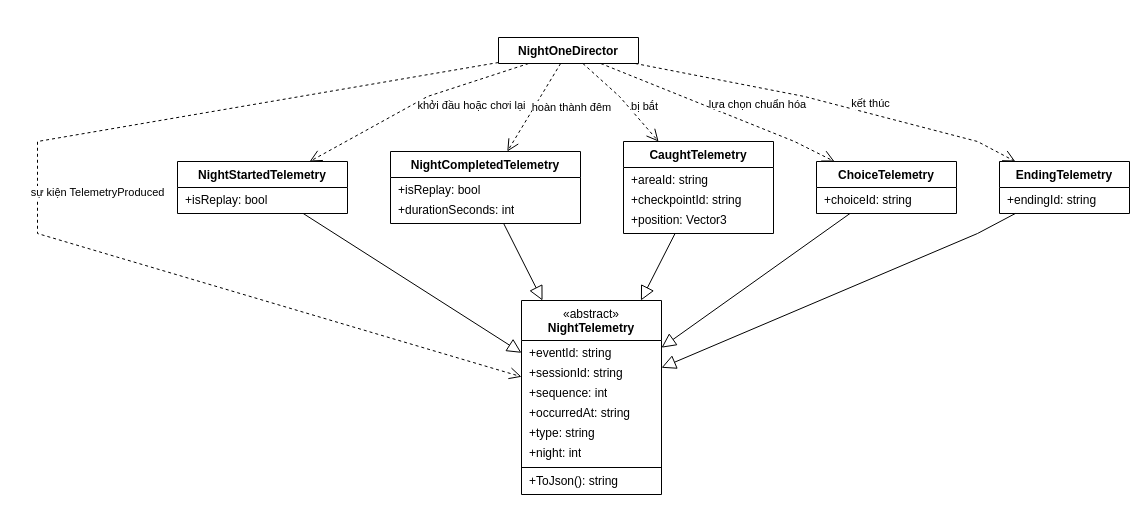
This is page "Sự kiện thống kê và ranh giới gửi mạng" (9 of 9) of docs/thiet-ke/lop-game/luoc-do-lop-game.drawio from qivarnq3g/3-gio-12, a draw.io file, before an edit. Source tidied: cells renumbered, new cells numbered last; positions are measured from the earlier drawing's top-left corner, leaving out a move shared by most shapes. Both pictures are drawn from the tidied source at 100%, with x=0, y=0 at pixel (37, 37).
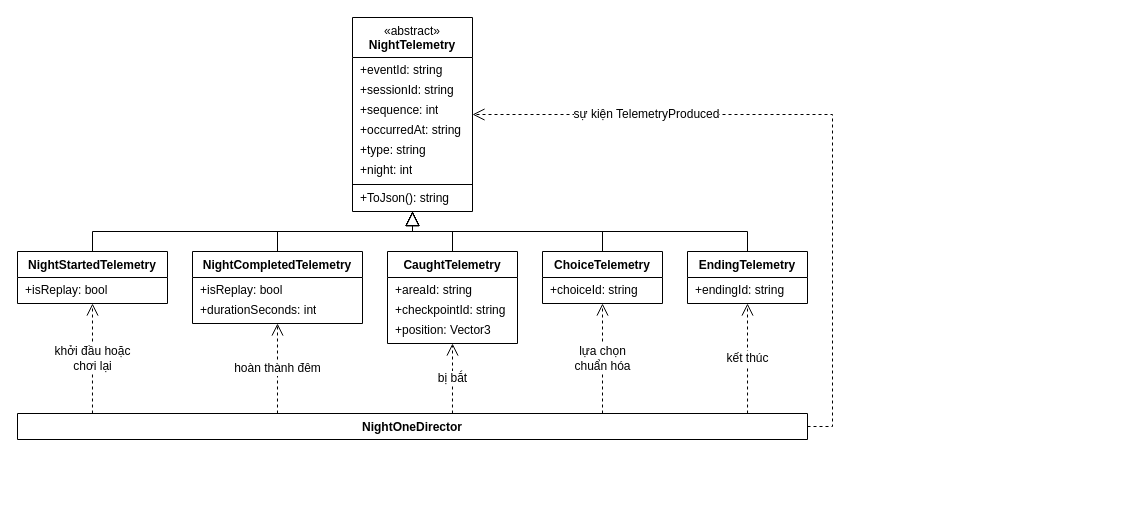
The same diagram, later.

The edit, as a diff of the source:
```diff
@@
     <mxCell id="2" value="«abstract»&lt;br&gt;&lt;b&gt;NightTelemetry&lt;/b&gt;" style="swimlane;fontStyle=0;html=1;align=center;verticalAlign=top;horizontal=1;startSize=40;whiteSpace=wrap;fontFamily=Arial;fontSize=12;fillColor=#ffffff;swimlaneFillColor=#ffffff;" parent="1" vertex="1">
-      <mxGeometry x="484" y="263" width="140" height="194" as="geometry" />
+      <mxGeometry x="315" y="-20" width="120" height="194" as="geometry" />
     </mxCell>
     <mxCell id="3" value="+eventId: string" style="text;strokeColor=none;fillColor=none;align=left;verticalAlign=middle;spacingLeft=6;spacingRight=4;overflow=hidden;html=1;fontFamily=Arial;fontSize=12;" parent="2" vertex="1">
-      <mxGeometry y="43" width="140" height="20" as="geometry" />
+      <mxGeometry y="43" width="120" height="20" as="geometry" />
     </mxCell>
     <mxCell id="4" value="+sessionId: string" style="text;strokeColor=none;fillColor=none;align=left;verticalAlign=middle;spacingLeft=6;spacingRight=4;overflow=hidden;html=1;fontFamily=Arial;fontSize=12;" parent="2" vertex="1">
-      <mxGeometry y="63" width="140" height="20" as="geometry" />
+      <mxGeometry y="63" width="120" height="20" as="geometry" />
     </mxCell>
     <mxCell id="5" value="+sequence: int" style="text;strokeColor=none;fillColor=none;align=left;verticalAlign=middle;spacingLeft=6;spacingRight=4;overflow=hidden;html=1;fontFamily=Arial;fontSize=12;" parent="2" vertex="1">
-      <mxGeometry y="83" width="140" height="20" as="geometry" />
+      <mxGeometry y="83" width="120" height="20" as="geometry" />
     </mxCell>
     <mxCell id="6" value="+occurredAt: string" style="text;strokeColor=none;fillColor=none;align=left;verticalAlign=middle;spacingLeft=6;spacingRight=4;overflow=hidden;html=1;fontFamily=Arial;fontSize=12;" parent="2" vertex="1">
-      <mxGeometry y="103" width="140" height="20" as="geometry" />
+      <mxGeometry y="103" width="120" height="20" as="geometry" />
     </mxCell>
     <mxCell id="7" value="+type: string" style="text;strokeColor=none;fillColor=none;align=left;verticalAlign=middle;spacingLeft=6;spacingRight=4;overflow=hidden;html=1;fontFamily=Arial;fontSize=12;" parent="2" vertex="1">
-      <mxGeometry y="123" width="140" height="20" as="geometry" />
+      <mxGeometry y="123" width="120" height="20" as="geometry" />
     </mxCell>
     <mxCell id="8" value="+night: int" style="text;strokeColor=none;fillColor=none;align=left;verticalAlign=middle;spacingLeft=6;spacingRight=4;overflow=hidden;html=1;fontFamily=Arial;fontSize=12;" parent="2" vertex="1">
-      <mxGeometry y="143" width="140" height="20" as="geometry" />
+      <mxGeometry y="143" width="120" height="20" as="geometry" />
     </mxCell>
-    <mxCell id="9" style="line;strokeWidth=1;fillColor=none;align=left;verticalAlign=middle;spacingTop=-1;spacingLeft=3;spacingRight=3;labelPosition=right;" parent="2" vertex="1">
-      <mxGeometry y="163" width="140" height="8" as="geometry" />
-    </mxCell>
+    <mxCell id="36" style="line;strokeWidth=1;fillColor=none;align=left;verticalAlign=middle;spacingTop=-1;spacingLeft=3;spacingRight=3;labelPosition=right;" parent="2" vertex="1">
+      <mxGeometry y="163" width="120" height="8" as="geometry" />
+    </mxCell>
     <mxCell id="10" value="+ToJson(): string" style="text;strokeColor=none;fillColor=none;align=left;verticalAlign=middle;spacingLeft=6;spacingRight=4;overflow=hidden;html=1;fontFamily=Arial;fontSize=12;" parent="2" vertex="1">
-      <mxGeometry y="171" width="140" height="20" as="geometry" />
+      <mxGeometry y="171" width="120" height="20" as="geometry" />
     </mxCell>
     <mxCell id="11" value="&lt;b&gt;NightStartedTelemetry&lt;/b&gt;" style="swimlane;fontStyle=0;html=1;align=center;verticalAlign=top;horizontal=1;startSize=26;whiteSpace=wrap;fontFamily=Arial;fontSize=12;fillColor=#ffffff;swimlaneFillColor=#ffffff;" parent="1" vertex="1">
-      <mxGeometry x="140" y="124" width="170" height="52" as="geometry" />
+      <mxGeometry x="-20" y="214" width="150" height="52" as="geometry" />
     </mxCell>
+    <mxCell id="14" value="+isReplay: bool" style="text;strokeColor=none;fillColor=none;align=left;verticalAlign=middle;spacingLeft=6;spacingRight=4;overflow=hidden;html=1;fontFamily=Arial;fontSize=12;" parent="11" vertex="1">
+      <mxGeometry y="29" width="150" height="20" as="geometry" />
+    </mxCell>
+    <mxCell id="13" value="&lt;b&gt;NightCompletedTelemetry&lt;/b&gt;" style="swimlane;fontStyle=0;html=1;align=center;verticalAlign=top;horizontal=1;startSize=26;whiteSpace=wrap;fontFamily=Arial;fontSize=12;fillColor=#ffffff;swimlaneFillColor=#ffffff;" parent="1" vertex="1">
+      <mxGeometry x="155" y="214" width="170" height="72" as="geometry" />
+    </mxCell>
-    <mxCell id="12" value="+isReplay: bool" style="text;strokeColor=none;fillColor=none;align=left;verticalAlign=middle;spacingLeft=6;spacingRight=4;overflow=hidden;html=1;fontFamily=Arial;fontSize=12;" parent="11" vertex="1">
+    <mxCell id="12" value="+isReplay: bool" style="text;strokeColor=none;fillColor=none;align=left;verticalAlign=middle;spacingLeft=6;spacingRight=4;overflow=hidden;html=1;fontFamily=Arial;fontSize=12;" parent="13" vertex="1">
       <mxGeometry y="29" width="170" height="20" as="geometry" />
     </mxCell>
-    <mxCell id="13" value="&lt;b&gt;NightCompletedTelemetry&lt;/b&gt;" style="swimlane;fontStyle=0;html=1;align=center;verticalAlign=top;horizontal=1;startSize=26;whiteSpace=wrap;fontFamily=Arial;fontSize=12;fillColor=#ffffff;swimlaneFillColor=#ffffff;" parent="1" vertex="1">
-      <mxGeometry x="353" y="114" width="190" height="72" as="geometry" />
-    </mxCell>
-    <mxCell id="14" value="+isReplay: bool" style="text;strokeColor=none;fillColor=none;align=left;verticalAlign=middle;spacingLeft=6;spacingRight=4;overflow=hidden;html=1;fontFamily=Arial;fontSize=12;" parent="13" vertex="1">
-      <mxGeometry y="29" width="190" height="20" as="geometry" />
-    </mxCell>
     <mxCell id="15" value="+durationSeconds: int" style="text;strokeColor=none;fillColor=none;align=left;verticalAlign=middle;spacingLeft=6;spacingRight=4;overflow=hidden;html=1;fontFamily=Arial;fontSize=12;" parent="13" vertex="1">
-      <mxGeometry y="49" width="190" height="20" as="geometry" />
+      <mxGeometry y="49" width="170" height="20" as="geometry" />
     </mxCell>
     <mxCell id="16" value="&lt;b&gt;CaughtTelemetry&lt;/b&gt;" style="swimlane;fontStyle=0;html=1;align=center;verticalAlign=top;horizontal=1;startSize=26;whiteSpace=wrap;fontFamily=Arial;fontSize=12;fillColor=#ffffff;swimlaneFillColor=#ffffff;" parent="1" vertex="1">
-      <mxGeometry x="586" y="104" width="150" height="92" as="geometry" />
+      <mxGeometry x="350" y="214" width="130" height="92" as="geometry" />
     </mxCell>
     <mxCell id="17" value="+areaId: string" style="text;strokeColor=none;fillColor=none;align=left;verticalAlign=middle;spacingLeft=6;spacingRight=4;overflow=hidden;html=1;fontFamily=Arial;fontSize=12;" parent="16" vertex="1">
-      <mxGeometry y="29" width="150" height="20" as="geometry" />
+      <mxGeometry y="29" width="130" height="20" as="geometry" />
     </mxCell>
     <mxCell id="18" value="+checkpointId: string" style="text;strokeColor=none;fillColor=none;align=left;verticalAlign=middle;spacingLeft=6;spacingRight=4;overflow=hidden;html=1;fontFamily=Arial;fontSize=12;" parent="16" vertex="1">
-      <mxGeometry y="49" width="150" height="20" as="geometry" />
+      <mxGeometry y="49" width="130" height="20" as="geometry" />
     </mxCell>
     <mxCell id="19" value="+position: Vector3" style="text;strokeColor=none;fillColor=none;align=left;verticalAlign=middle;spacingLeft=6;spacingRight=4;overflow=hidden;html=1;fontFamily=Arial;fontSize=12;" parent="16" vertex="1">
-      <mxGeometry y="69" width="150" height="20" as="geometry" />
+      <mxGeometry y="69" width="130" height="20" as="geometry" />
     </mxCell>
     <mxCell id="20" value="&lt;b&gt;ChoiceTelemetry&lt;/b&gt;" style="swimlane;fontStyle=0;html=1;align=center;verticalAlign=top;horizontal=1;startSize=26;whiteSpace=wrap;fontFamily=Arial;fontSize=12;fillColor=#ffffff;swimlaneFillColor=#ffffff;" parent="1" vertex="1">
-      <mxGeometry x="779" y="124" width="140" height="52" as="geometry" />
+      <mxGeometry x="505" y="214" width="120" height="52" as="geometry" />
     </mxCell>
     <mxCell id="21" value="+choiceId: string" style="text;strokeColor=none;fillColor=none;align=left;verticalAlign=middle;spacingLeft=6;spacingRight=4;overflow=hidden;html=1;fontFamily=Arial;fontSize=12;" parent="20" vertex="1">
-      <mxGeometry y="29" width="140" height="20" as="geometry" />
+      <mxGeometry y="29" width="120" height="20" as="geometry" />
     </mxCell>
     <mxCell id="22" value="&lt;b&gt;EndingTelemetry&lt;/b&gt;" style="swimlane;fontStyle=0;html=1;align=center;verticalAlign=top;horizontal=1;startSize=26;whiteSpace=wrap;fontFamily=Arial;fontSize=12;fillColor=#ffffff;swimlaneFillColor=#ffffff;" parent="1" vertex="1">
-      <mxGeometry x="962" y="124" width="130" height="52" as="geometry" />
+      <mxGeometry x="650" y="214" width="120" height="52" as="geometry" />
     </mxCell>
     <mxCell id="23" value="+endingId: string" style="text;strokeColor=none;fillColor=none;align=left;verticalAlign=middle;spacingLeft=6;spacingRight=4;overflow=hidden;html=1;fontFamily=Arial;fontSize=12;" parent="22" vertex="1">
-      <mxGeometry y="29" width="130" height="20" as="geometry" />
+      <mxGeometry y="29" width="120" height="20" as="geometry" />
     </mxCell>
     <mxCell id="24" value="&lt;b&gt;NightOneDirector&lt;/b&gt;" style="swimlane;fontStyle=0;html=1;align=center;verticalAlign=top;horizontal=1;startSize=26;whiteSpace=wrap;fontFamily=Arial;fontSize=12;fillColor=#ffffff;swimlaneFillColor=#ffffff;" parent="1" vertex="1">
-      <mxGeometry x="461" width="140" height="26" as="geometry" />
+      <mxGeometry x="-20" y="376" width="790" height="26" as="geometry" />
     </mxCell>
-    <mxCell id="25" style="html=1;rounded=0;fontFamily=Arial;fontSize=11;labelBackgroundColor=#ffffff;endArrow=block;endFill=0;endSize=12;" parent="1" edge="1" source="11" target="2">
+    <mxCell id="25" style="html=1;fontFamily=Arial;endArrow=block;endFill=0;endSize=12;edgeStyle=orthogonalEdgeStyle;rounded=0;fontSize=12;labelBackgroundColor=#ffffff;exitX=0.5;exitY=0;exitPerimeter=0;entryX=0.5;entryY=1;entryPerimeter=0;" parent="1" edge="1" source="11" target="2">
       <mxGeometry relative="1" as="geometry" />
     </mxCell>
-    <mxCell id="26" style="html=1;rounded=0;fontFamily=Arial;fontSize=11;labelBackgroundColor=#ffffff;endArrow=block;endFill=0;endSize=12;" parent="1" edge="1" source="13" target="2">
+    <mxCell id="26" style="html=1;fontFamily=Arial;endArrow=block;endFill=0;endSize=12;edgeStyle=orthogonalEdgeStyle;rounded=0;fontSize=12;labelBackgroundColor=#ffffff;exitX=0.5;exitY=0;exitPerimeter=0;entryX=0.5;entryY=1;entryPerimeter=0;" parent="1" edge="1" source="13" target="2">
       <mxGeometry relative="1" as="geometry" />
     </mxCell>
-    <mxCell id="27" style="html=1;rounded=0;fontFamily=Arial;fontSize=11;labelBackgroundColor=#ffffff;endArrow=block;endFill=0;endSize=12;" parent="1" edge="1" source="16" target="2">
+    <mxCell id="27" style="html=1;fontFamily=Arial;endArrow=block;endFill=0;endSize=12;edgeStyle=orthogonalEdgeStyle;rounded=0;fontSize=12;labelBackgroundColor=#ffffff;exitX=0.5;exitY=0;exitPerimeter=0;entryX=0.5;entryY=1;entryPerimeter=0;" parent="1" edge="1" source="16" target="2">
       <mxGeometry relative="1" as="geometry" />
     </mxCell>
-    <mxCell id="28" style="html=1;rounded=0;fontFamily=Arial;fontSize=11;labelBackgroundColor=#ffffff;endArrow=block;endFill=0;endSize=12;" parent="1" edge="1" source="20" target="2">
+    <mxCell id="28" style="html=1;fontFamily=Arial;endArrow=block;endFill=0;endSize=12;edgeStyle=orthogonalEdgeStyle;rounded=0;fontSize=12;labelBackgroundColor=#ffffff;exitX=0.5;exitY=0;exitPerimeter=0;entryX=0.5;entryY=1;entryPerimeter=0;" parent="1" edge="1" source="20" target="2">
       <mxGeometry relative="1" as="geometry" />
     </mxCell>
-    <mxCell id="29" style="html=1;rounded=0;fontFamily=Arial;fontSize=11;labelBackgroundColor=#ffffff;endArrow=block;endFill=0;endSize=12;" parent="1" edge="1" source="22" target="2">
-      <mxGeometry relative="1" as="geometry">
-        <Array as="points">
-          <mxPoint x="940" y="196" />
-        </Array>
-      </mxGeometry>
+    <mxCell id="29" style="html=1;fontFamily=Arial;endArrow=block;endFill=0;endSize=12;edgeStyle=orthogonalEdgeStyle;rounded=0;fontSize=12;labelBackgroundColor=#ffffff;exitX=0.5;exitY=0;exitPerimeter=0;entryX=0.5;entryY=1;entryPerimeter=0;" parent="1" edge="1" source="22" target="2">
+      <mxGeometry relative="1" as="geometry" />
     </mxCell>
-    <mxCell id="30" value="sự kiện TelemetryProduced" style="html=1;rounded=0;fontFamily=Arial;fontSize=11;labelBackgroundColor=#ffffff;endArrow=open;endFill=0;endSize=10;dashed=1;" parent="1" edge="1" source="24" target="2">
-      <mxGeometry relative="1" as="geometry">
+    <mxCell id="30" value="sự kiện TelemetryProduced" style="html=1;fontFamily=Arial;endArrow=open;endFill=0;endSize=10;dashed=1;edgeStyle=orthogonalEdgeStyle;rounded=0;fontSize=12;labelBackgroundColor=#ffffff;exitX=1;exitY=0.5;exitPerimeter=0;entryX=1;entryY=0.5;entryPerimeter=0;" parent="1" edge="1" source="24" target="2">
+      <mxGeometry x="0.5" relative="1" as="geometry">
         <Array as="points">
-          <mxPoint y="104" />
-          <mxPoint y="196" />
+          <mxPoint x="795" y="389" />
+          <mxPoint x="795" y="77" />
         </Array>
-        <mxPoint x="60" y="-13" as="offset" />
       </mxGeometry>
     </mxCell>
-    <mxCell id="31" value="khởi đầu hoặc chơi lại" style="html=1;rounded=0;fontFamily=Arial;fontSize=11;labelBackgroundColor=#ffffff;endArrow=open;endFill=0;endSize=10;dashed=1;" parent="1" edge="1" source="24" target="11">
-      <mxGeometry relative="1" as="geometry">
-        <Array as="points">
-          <mxPoint x="390" y="59" />
-        </Array>
-        <mxPoint x="56" y="2" as="offset" />
-      </mxGeometry>
+    <mxCell id="31" value="khởi đầu hoặc&lt;br&gt;chơi lại" style="html=1;fontFamily=Arial;endArrow=open;endFill=0;endSize=10;dashed=1;edgeStyle=orthogonalEdgeStyle;rounded=0;fontSize=12;labelBackgroundColor=#ffffff;exitY=0;exitX=0.0949;entryY=1;entryX=0.5;exitPerimeter=0;entryPerimeter=0;" parent="1" edge="1" source="24" target="11">
+      <mxGeometry relative="1" as="geometry" />
     </mxCell>
-    <mxCell id="32" value="hoàn thành đêm" style="html=1;rounded=0;fontFamily=Arial;fontSize=11;labelBackgroundColor=#ffffff;endArrow=open;endFill=0;endSize=10;dashed=1;" parent="1" edge="1" source="24" target="13">
-      <mxGeometry relative="1" as="geometry">
-        <mxPoint x="37" as="offset" />
-      </mxGeometry>
+    <mxCell id="32" value="hoàn thành đêm" style="html=1;fontFamily=Arial;endArrow=open;endFill=0;endSize=10;dashed=1;edgeStyle=orthogonalEdgeStyle;rounded=0;fontSize=12;labelBackgroundColor=#ffffff;exitY=0;exitX=0.3291;entryY=1;entryX=0.5;exitPerimeter=0;entryPerimeter=0;" parent="1" edge="1" source="24" target="13">
+      <mxGeometry relative="1" as="geometry" />
     </mxCell>
-    <mxCell id="33" value="bị bắt" style="html=1;rounded=0;fontFamily=Arial;fontSize=11;labelBackgroundColor=#ffffff;endArrow=open;endFill=0;endSize=10;dashed=1;" parent="1" edge="1" source="24" target="16">
-      <mxGeometry relative="1" as="geometry">
-        <Array as="points">
-          <mxPoint x="582" y="59" />
-        </Array>
-        <mxPoint x="22" y="6" as="offset" />
-      </mxGeometry>
+    <mxCell id="33" value="bị bắt" style="html=1;fontFamily=Arial;endArrow=open;endFill=0;endSize=10;dashed=1;edgeStyle=orthogonalEdgeStyle;rounded=0;fontSize=12;labelBackgroundColor=#ffffff;exitY=0;exitX=0.5506;entryY=1;entryX=0.5;exitPerimeter=0;entryPerimeter=0;" parent="1" edge="1" source="24" target="16">
+      <mxGeometry relative="1" as="geometry" />
     </mxCell>
-    <mxCell id="34" value="lựa chọn chuẩn hóa" style="html=1;rounded=0;fontFamily=Arial;fontSize=11;labelBackgroundColor=#ffffff;endArrow=open;endFill=0;endSize=10;dashed=1;" parent="1" edge="1" source="24" target="20">
-      <mxGeometry relative="1" as="geometry">
-        <Array as="points">
-          <mxPoint x="757" y="104" />
-        </Array>
-        <mxPoint x="39" y="-6" as="offset" />
-      </mxGeometry>
+    <mxCell id="34" value="lựa chọn&lt;br&gt;chuẩn hóa" style="html=1;fontFamily=Arial;endArrow=open;endFill=0;endSize=10;dashed=1;edgeStyle=orthogonalEdgeStyle;rounded=0;fontSize=12;labelBackgroundColor=#ffffff;exitY=0;exitX=0.7405;entryY=1;entryX=0.5;exitPerimeter=0;entryPerimeter=0;" parent="1" edge="1" source="24" target="20">
+      <mxGeometry relative="1" as="geometry" />
     </mxCell>
-    <mxCell id="35" value="kết thúc" style="html=1;rounded=0;fontFamily=Arial;fontSize=11;labelBackgroundColor=#ffffff;endArrow=open;endFill=0;endSize=10;dashed=1;" parent="1" edge="1" source="24" target="22">
-      <mxGeometry relative="1" as="geometry">
-        <Array as="points">
-          <mxPoint x="767" y="59" />
-          <mxPoint x="940" y="104" />
-        </Array>
-        <mxPoint x="42" y="1" as="offset" />
-      </mxGeometry>
+    <mxCell id="35" value="kết thúc" style="html=1;fontFamily=Arial;endArrow=open;endFill=0;endSize=10;dashed=1;edgeStyle=orthogonalEdgeStyle;rounded=0;fontSize=12;labelBackgroundColor=#ffffff;exitY=0;exitX=0.9241;entryY=1;entryX=0.5;exitPerimeter=0;entryPerimeter=0;" parent="1" edge="1" source="24" target="22">
+      <mxGeometry relative="1" as="geometry" />
     </mxCell>
```
